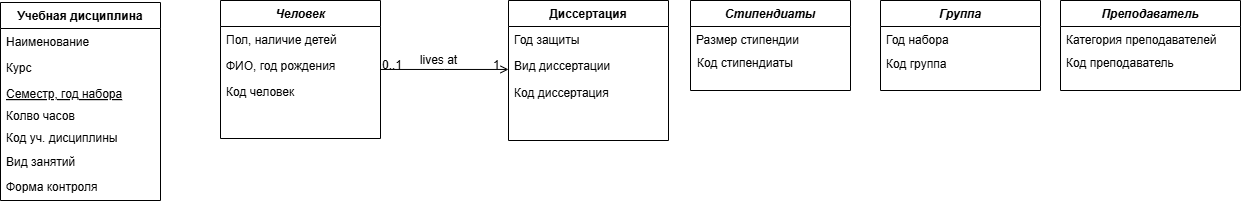
Before: БД 2 Хорошилова.drawio.png, a diagram exported from draw.io (ksinph/PSTU_LABS_2023). Source tidied: cells renumbered, new cells last; positions are measured from the earlier drawing's top-left corner, leaving out a move shared by most shapes.
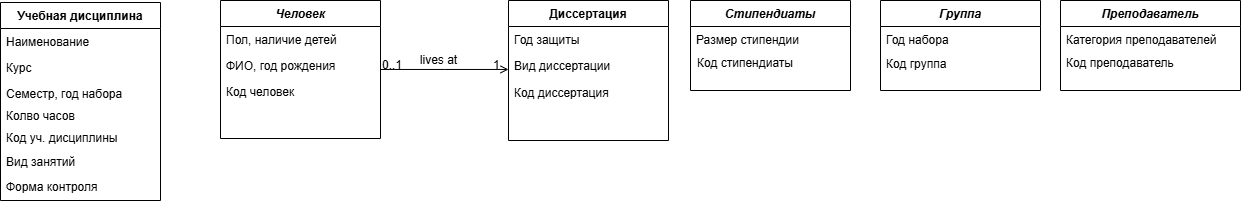
Above is the later version.

What changed in the source:
```diff
@@ -23,7 +23,7 @@
     <mxCell id="8" value="Курс" style="text;align=left;verticalAlign=top;spacingLeft=4;spacingRight=4;overflow=hidden;rounded=0;shadow=0;html=0;" parent="6" vertex="1">
       <mxGeometry y="52" width="160" height="26" as="geometry" />
     </mxCell>
-    <mxCell id="9" value="Семестр, год набора" style="text;align=left;verticalAlign=top;spacingLeft=4;spacingRight=4;overflow=hidden;fontStyle=4;" parent="6" vertex="1">
+    <mxCell id="9" value="Семестр, год набора" style="text;align=left;verticalAlign=top;spacingLeft=4;spacingRight=4;overflow=hidden;fontStyle=0;" parent="6" vertex="1">
       <mxGeometry y="78" width="160" height="22" as="geometry" />
     </mxCell>
     <mxCell id="10" value="Колво часов" style="text;align=left;verticalAlign=top;spacingLeft=4;spacingRight=4;overflow=hidden;" parent="6" vertex="1">
```
